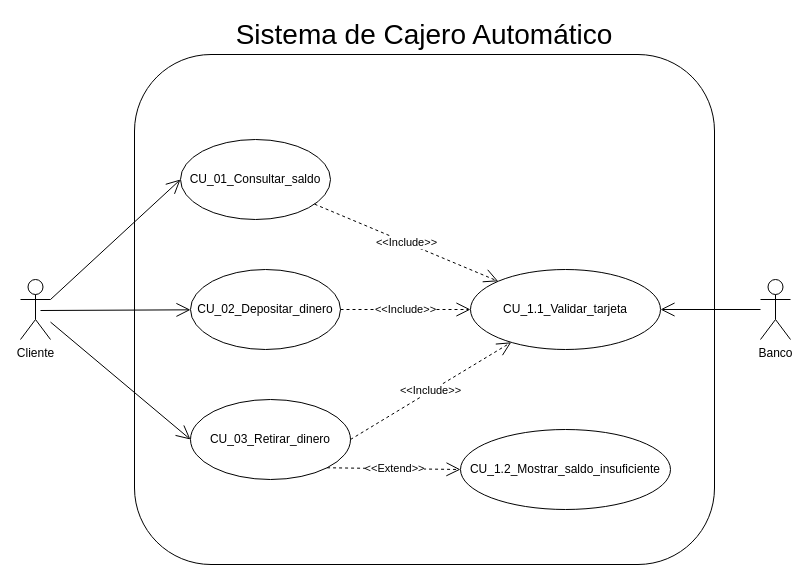
Above: Sistema de Cajero Automático_190225.drawio in andreamorenom/Laboratorio-Empresarial (draw.io), before the change. Source tidied: cells renumbered, new cells numbered last; positions are measured from the earlier drawing's top-left corner, leaving out a move shared by most shapes. Both pictures are drawn from the tidied source at 100%, with x=0, y=0 at pixel (20, 19).
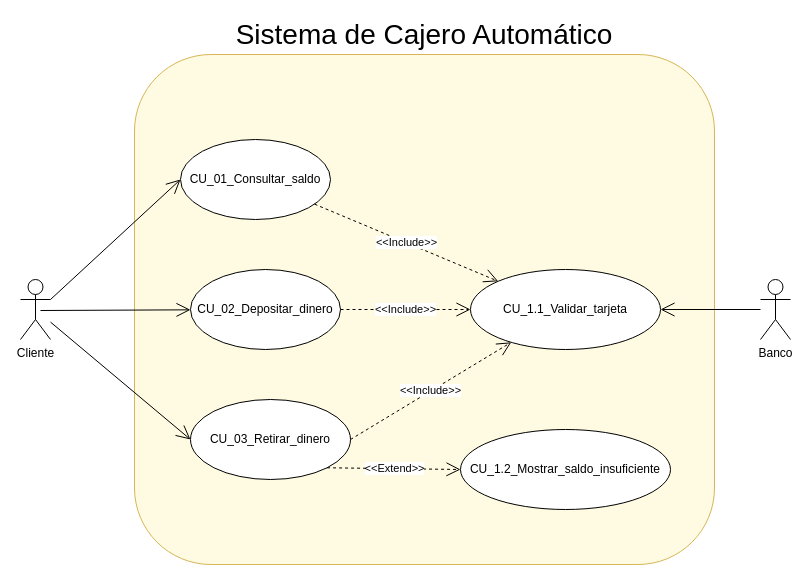
The same diagram, later.

Change to the diagram source:
```diff
@@
 <mxGraphModel>
   <root>
     <mxCell id="0" />
     <mxCell id="1" parent="0" />
-    <mxCell id="2" style="rounded=1;whiteSpace=wrap;html=1;" parent="1" vertex="1">
+    <mxCell id="2" style="rounded=1;whiteSpace=wrap;html=1;fillColor=#FFFBE2;strokeColor=#d6b656;" parent="1" vertex="1">
       <mxGeometry x="114" y="35" width="580" height="510" as="geometry" />
     </mxCell>
-    <mxCell id="3" value="Cliente" style="shape=umlActor;verticalLabelPosition=bottom;verticalAlign=top;html=1;outlineConnect=0;" parent="1" vertex="1">
+    <mxCell id="3" value="Cliente" style="shape=umlActor;verticalLabelPosition=bottom;verticalAlign=top;html=1;outlineConnect=0;rounded=1;" parent="1" vertex="1">
       <mxGeometry y="260" width="30" height="60" as="geometry" />
     </mxCell>
-    <mxCell id="4" value="Banco" style="shape=umlActor;verticalLabelPosition=bottom;verticalAlign=top;html=1;outlineConnect=0;" parent="1" vertex="1">
+    <mxCell id="4" value="Banco" style="shape=umlActor;verticalLabelPosition=bottom;verticalAlign=top;html=1;outlineConnect=0;rounded=1;" parent="1" vertex="1">
       <mxGeometry x="740" y="260" width="30" height="60" as="geometry" />
     </mxCell>
-    <mxCell id="5" value="CU_01_Consultar_saldo" style="ellipse;whiteSpace=wrap;html=1;" parent="1" vertex="1">
+    <mxCell id="5" value="CU_01_Consultar_saldo" style="ellipse;whiteSpace=wrap;html=1;rounded=1;" parent="1" vertex="1">
       <mxGeometry x="160" y="120" width="150" height="80" as="geometry" />
     </mxCell>
-    <mxCell id="6" value="CU_02_Depositar_dinero" style="ellipse;whiteSpace=wrap;html=1;" parent="1" vertex="1">
+    <mxCell id="6" value="CU_02_Depositar_dinero" style="ellipse;whiteSpace=wrap;html=1;rounded=1;" parent="1" vertex="1">
       <mxGeometry x="170" y="250" width="150" height="80" as="geometry" />
     </mxCell>
-    <mxCell id="7" value="CU_03_Retirar_dinero" style="ellipse;whiteSpace=wrap;html=1;" parent="1" vertex="1">
+    <mxCell id="7" value="CU_03_Retirar_dinero" style="ellipse;whiteSpace=wrap;html=1;rounded=1;" parent="1" vertex="1">
       <mxGeometry x="170" y="380" width="160" height="80" as="geometry" />
     </mxCell>
-    <mxCell id="8" value="CU_1.1_Validar_tarjeta" style="ellipse;whiteSpace=wrap;html=1;" parent="1" vertex="1">
+    <mxCell id="8" value="CU_1.1_Validar_tarjeta" style="ellipse;whiteSpace=wrap;html=1;rounded=1;" parent="1" vertex="1">
       <mxGeometry x="450" y="250" width="190" height="80" as="geometry" />
     </mxCell>
-    <mxCell id="9" value="&amp;lt;&amp;lt;Include&amp;gt;&amp;gt;" style="endArrow=open;endSize=12;dashed=1;html=1;rounded=0;" parent="1" edge="1" source="5" target="8">
+    <mxCell id="9" value="&amp;lt;&amp;lt;Include&amp;gt;&amp;gt;" style="endArrow=open;endSize=12;dashed=1;html=1;rounded=1;" parent="1" edge="1" source="5" target="8">
       <mxGeometry relative="1" as="geometry" />
     </mxCell>
-    <mxCell id="10" value="&amp;lt;&amp;lt;Include&amp;gt;&amp;gt;" style="endArrow=open;endSize=12;dashed=1;html=1;rounded=0;exitX=1;exitY=0.5;exitDx=0;exitDy=0;" parent="1" edge="1" source="7" target="8">
+    <mxCell id="10" value="&amp;lt;&amp;lt;Include&amp;gt;&amp;gt;" style="endArrow=open;endSize=12;dashed=1;html=1;rounded=1;exitX=1;exitY=0.5;exitDx=0;exitDy=0;" parent="1" edge="1" source="7" target="8">
       <mxGeometry relative="1" as="geometry" />
     </mxCell>
-    <mxCell id="11" value="&amp;lt;&amp;lt;Include&amp;gt;&amp;gt;" style="endArrow=open;endSize=12;dashed=1;html=1;rounded=0;exitX=1;exitY=0.5;exitDx=0;exitDy=0;" parent="1" edge="1" source="6" target="8">
+    <mxCell id="11" value="&amp;lt;&amp;lt;Include&amp;gt;&amp;gt;" style="endArrow=open;endSize=12;dashed=1;html=1;rounded=1;exitX=1;exitY=0.5;exitDx=0;exitDy=0;" parent="1" edge="1" source="6" target="8">
       <mxGeometry relative="1" as="geometry" />
     </mxCell>
-    <mxCell id="12" value="CU_1.2_Mostrar_saldo_insuficiente" style="ellipse;whiteSpace=wrap;html=1;" parent="1" vertex="1">
+    <mxCell id="12" value="CU_1.2_Mostrar_saldo_insuficiente" style="ellipse;whiteSpace=wrap;html=1;rounded=1;" parent="1" vertex="1">
       <mxGeometry x="440" y="410" width="210" height="80" as="geometry" />
     </mxCell>
-    <mxCell id="13" value="&amp;lt;&amp;lt;Extend&amp;gt;&amp;gt;" style="endArrow=open;endSize=12;dashed=1;html=1;rounded=0;entryX=0;entryY=0.5;entryDx=0;entryDy=0;exitX=1;exitY=1;exitDx=0;exitDy=0;" parent="1" edge="1" source="7" target="12">
+    <mxCell id="13" value="&amp;lt;&amp;lt;Extend&amp;gt;&amp;gt;" style="endArrow=open;endSize=12;dashed=1;html=1;rounded=1;entryX=0;entryY=0.5;entryDx=0;entryDy=0;exitX=1;exitY=1;exitDx=0;exitDy=0;" parent="1" edge="1" source="7" target="12">
       <mxGeometry relative="1" as="geometry" />
     </mxCell>
-    <mxCell id="14" style="endArrow=open;endFill=1;endSize=12;html=1;rounded=0;entryX=0;entryY=0.5;entryDx=0;entryDy=0;exitX=1;exitY=0.3333333333333333;exitDx=0;exitDy=0;exitPerimeter=0;" parent="1" edge="1" source="3" target="5">
+    <mxCell id="14" style="endArrow=open;endFill=1;endSize=12;html=1;rounded=1;entryX=0;entryY=0.5;entryDx=0;entryDy=0;exitX=1;exitY=0.3333333333333333;exitDx=0;exitDy=0;exitPerimeter=0;" parent="1" edge="1" source="3" target="5">
       <mxGeometry relative="1" as="geometry" />
     </mxCell>
-    <mxCell id="15" style="endArrow=open;endFill=1;endSize=12;html=1;rounded=0;" parent="1" edge="1" target="6">
+    <mxCell id="15" style="endArrow=open;endFill=1;endSize=12;html=1;rounded=1;" parent="1" edge="1" target="6">
       <mxGeometry relative="1" as="geometry">
         <mxPoint x="20" y="291" as="sourcePoint" />
       </mxGeometry>
     </mxCell>
-    <mxCell id="16" style="endArrow=open;endFill=1;endSize=12;html=1;rounded=0;entryX=0;entryY=0.5;entryDx=0;entryDy=0;" parent="1" edge="1" source="3" target="7">
+    <mxCell id="16" style="endArrow=open;endFill=1;endSize=12;html=1;rounded=1;entryX=0;entryY=0.5;entryDx=0;entryDy=0;" parent="1" edge="1" source="3" target="7">
       <mxGeometry relative="1" as="geometry" />
     </mxCell>
-    <mxCell id="17" style="endArrow=open;endFill=1;endSize=12;html=1;rounded=0;entryX=1;entryY=0.5;entryDx=0;entryDy=0;" parent="1" edge="1" source="4" target="8">
+    <mxCell id="17" style="endArrow=open;endFill=1;endSize=12;html=1;rounded=1;entryX=1;entryY=0.5;entryDx=0;entryDy=0;" parent="1" edge="1" source="4" target="8">
       <mxGeometry relative="1" as="geometry" />
     </mxCell>
-    <mxCell id="18" value="Sistema de Cajero Automático" style="text;html=1;align=center;verticalAlign=middle;whiteSpace=wrap;rounded=0;fontSize=28;" parent="1" vertex="1">
+    <mxCell id="18" value="Sistema de Cajero Automático" style="text;html=1;align=center;verticalAlign=middle;whiteSpace=wrap;rounded=1;fontSize=28;" parent="1" vertex="1">
       <mxGeometry x="206" width="396" height="30" as="geometry" />
     </mxCell>
   </root>
 </mxGraphModel>
```
